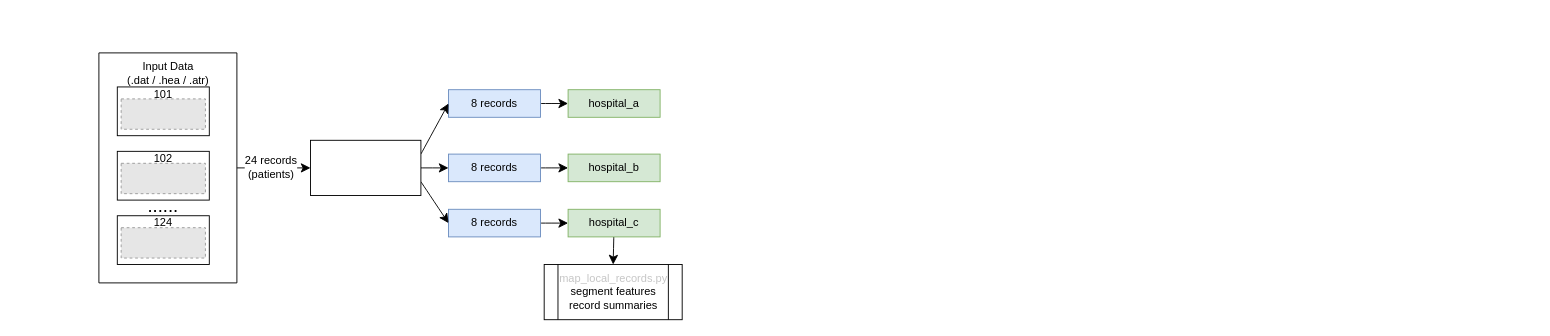
Above: ehr2path/558_flowchart.drawio in VANILAAAAAAAA/slides-assets (draw.io), before the change. Source tidied: cells renumbered, new cells numbered last; positions are measured from the earlier drawing's top-left corner, leaving out a move shared by most shapes. Both pictures are drawn from the tidied source at 92%, with x=0, y=0 at pixel (98, 52). Pictures stored in the file or linked from it are replaced by grey dashed boxes.
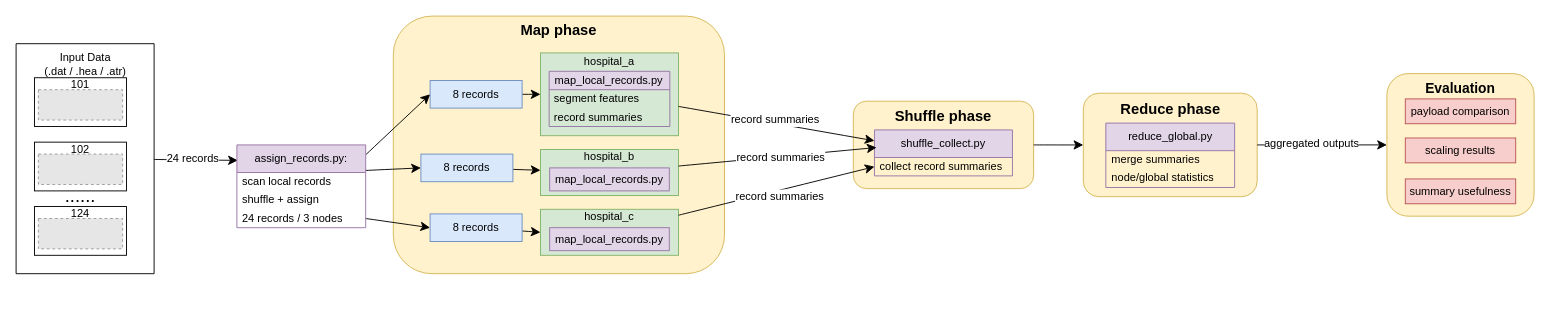
The same diagram, later.

The change refers to these unchanged cells:
```xml
<mxCell id="17" style="swimlane;startSize=0;" parent="2" vertex="1">
  <mxGeometry width="150" height="250" as="geometry" />
</mxCell>
```

What changed in the source:
```diff
@@
+    <mxCell id="38" style="rounded=1;whiteSpace=wrap;html=1;fillColor=#fff2cc;strokeColor=#d6b656;" parent="1" vertex="1">
+      <mxGeometry x="320" y="-40" width="360" height="280" as="geometry" />
+    </mxCell>
     <mxCell id="2" style="group;" parent="1" vertex="1">
-      <mxGeometry width="150" height="250" as="geometry" />
+      <mxGeometry x="-90" y="-10" width="150" height="250" as="geometry" />
     </mxCell>
@@
-    <mxCell id="19" style="edgeStyle=none;curved=1;rounded=0;jettySize=auto;html=1;entryX=0;entryY=0.5;entryDx=0;entryDy=0;fontSize=12;startSize=8;endSize=8;" parent="1" edge="1" source="17" target="37">
+    <mxCell id="19" style="edgeStyle=none;curved=1;rounded=0;jettySize=auto;html=1;entryX=0.007;entryY=0.187;entryDx=0;entryDy=0;fontSize=12;startSize=8;endSize=8;entryPerimeter=0;" parent="1" edge="1" source="17" target="39">
       <mxGeometry relative="1" as="geometry" />
     </mxCell>
-    <mxCell id="20" value="24 records&lt;div&gt;(patients)&lt;/div&gt;" style="edgeLabel;html=1;align=center;verticalAlign=middle;fontSize=12;" parent="19" vertex="1">
+    <mxCell id="20" value="24 records" style="edgeLabel;html=1;align=center;verticalAlign=middle;fontSize=12;" parent="19" vertex="1">
       <mxGeometry x="-0.09" y="2" relative="1" as="geometry" />
     </mxCell>
@@
     <mxCell id="22" value="8 records" style="rounded=0;whiteSpace=wrap;html=1;fillColor=#dae8fc;strokeColor=#6c8ebf;" parent="1" vertex="1">
-      <mxGeometry x="380" y="40" width="100" height="30" as="geometry" />
+      <mxGeometry x="360" y="30" width="100" height="30" as="geometry" />
     </mxCell>
-    <mxCell id="23" style="edgeStyle=none;curved=1;rounded=0;jettySize=auto;html=1;entryX=0;entryY=0.5;entryDx=0;entryDy=0;fontSize=12;startSize=8;endSize=8;exitX=1;exitY=0.25;exitDx=0;exitDy=0;" parent="1" edge="1" source="37" target="22">
+    <mxCell id="23" style="edgeStyle=none;curved=1;rounded=0;jettySize=auto;html=1;entryX=0;entryY=0.5;entryDx=0;entryDy=0;fontSize=12;startSize=8;endSize=8;exitX=1.003;exitY=0.115;exitDx=0;exitDy=0;exitPerimeter=0;" parent="1" edge="1" source="39" target="22">
       <mxGeometry relative="1" as="geometry" />
     </mxCell>
@@
     <mxCell id="25" value="8 records" style="rounded=0;whiteSpace=wrap;html=1;fillColor=#dae8fc;strokeColor=#6c8ebf;" parent="1" vertex="1">
-      <mxGeometry x="380" y="110" width="100" height="30" as="geometry" />
+      <mxGeometry x="350" y="110" width="100" height="30" as="geometry" />
     </mxCell>
-    <mxCell id="26" style="edgeStyle=none;curved=1;rounded=0;jettySize=auto;html=1;entryX=0;entryY=0.5;entryDx=0;entryDy=0;fontSize=12;startSize=8;endSize=8;" parent="1" edge="1" source="27" target="33">
+    <mxCell id="26" style="edgeStyle=none;curved=1;rounded=0;jettySize=auto;html=1;entryX=0;entryY=0.5;entryDx=0;entryDy=0;fontSize=12;startSize=8;endSize=8;" parent="1" edge="1" source="27" target="46">
       <mxGeometry relative="1" as="geometry" />
     </mxCell>
     <mxCell id="27" value="8 records" style="rounded=0;whiteSpace=wrap;html=1;fillColor=#dae8fc;strokeColor=#6c8ebf;" parent="1" vertex="1">
-      <mxGeometry x="380" y="170" width="100" height="30" as="geometry" />
+      <mxGeometry x="360" y="175" width="100" height="30" as="geometry" />
     </mxCell>
-    <mxCell id="28" style="edgeStyle=none;curved=1;rounded=0;jettySize=auto;html=1;entryX=0;entryY=0.5;entryDx=0;entryDy=0;fontSize=12;startSize=8;endSize=8;" parent="1" edge="1" source="37" target="25">
+    <mxCell id="28" style="edgeStyle=none;curved=1;rounded=0;jettySize=auto;html=1;entryX=0;entryY=0.5;entryDx=0;entryDy=0;fontSize=12;startSize=8;endSize=8;exitX=0.997;exitY=-0.111;exitDx=0;exitDy=0;exitPerimeter=0;" parent="1" edge="1" source="40" target="25">
       <mxGeometry relative="1" as="geometry" />
     </mxCell>
-    <mxCell id="29" style="edgeStyle=none;curved=1;rounded=0;jettySize=auto;html=1;entryX=0;entryY=0.5;entryDx=0;entryDy=0;fontSize=12;startSize=8;endSize=8;exitX=1;exitY=0.75;exitDx=0;exitDy=0;" parent="1" edge="1" source="37" target="27">
+    <mxCell id="29" style="edgeStyle=none;curved=1;rounded=0;jettySize=auto;html=1;entryX=0;entryY=0.5;entryDx=0;entryDy=0;fontSize=12;startSize=8;endSize=8;exitX=1;exitY=0.5;exitDx=0;exitDy=0;" parent="1" edge="1" source="42" target="27">
       <mxGeometry relative="1" as="geometry" />
     </mxCell>
+    <mxCell id="39" value="assign_records.py:" style="swimlane;fontStyle=0;horizontal=1;startSize=30;whiteSpace=wrap;html=1;fillColor=#e1d5e7;strokeColor=#9673a6;" parent="1" vertex="1">
+      <mxGeometry x="150" y="100" width="140" height="90" as="geometry" />
+    </mxCell>
+    <mxCell id="40" value="&lt;span style=&quot;text-align: center;&quot;&gt;scan local records&lt;/span&gt;" style="text;strokeColor=none;fillColor=none;align=left;verticalAlign=middle;spacingLeft=4;spacingRight=4;overflow=hidden;points=[[0,0.5],[1,0.5]];portConstraint=eastwest;whiteSpace=wrap;html=1;" parent="39" vertex="1">
+      <mxGeometry y="30" width="140" height="20" as="geometry" />
+    </mxCell>
+    <mxCell id="41" value="&lt;span style=&quot;text-align: center;&quot;&gt;shuffle + assign&lt;/span&gt;" style="text;strokeColor=none;fillColor=none;align=left;verticalAlign=middle;spacingLeft=4;spacingRight=4;overflow=hidden;whiteSpace=wrap;html=1;" parent="39" vertex="1">
+      <mxGeometry y="50" width="140" height="20" as="geometry" />
+    </mxCell>
+    <mxCell id="42" value="&lt;div&gt;&lt;span style=&quot;text-align: center;&quot;&gt;24 records / 3 nodes&lt;/span&gt;&lt;/div&gt;" style="text;strokeColor=none;fillColor=none;align=left;verticalAlign=middle;spacingLeft=4;spacingRight=4;overflow=hidden;points=[[0,0.5],[1,0.5]];portConstraint=eastwest;whiteSpace=wrap;html=1;" parent="39" vertex="1">
+      <mxGeometry y="70" width="140" height="20" as="geometry" />
+    </mxCell>
+    <mxCell id="43" style="group;" parent="1" vertex="1">
+      <mxGeometry x="480" y="95" width="150" height="60" as="geometry" />
+    </mxCell>
+    <mxCell id="31" style="rounded=0;whiteSpace=wrap;html=1;fillColor=#d5e8d4;strokeColor=#82b366;" parent="43" vertex="1">
+      <mxGeometry y="10" width="150" height="50" as="geometry" />
+    </mxCell>
+    <mxCell id="44" value="map_local_records.py" style="rounded=0;whiteSpace=wrap;html=1;fillColor=#e1d5e7;strokeColor=#9673a6;" parent="43" vertex="1">
+      <mxGeometry x="10" y="30" width="130" height="25" as="geometry" />
+    </mxCell>
+    <mxCell id="45" value="hospital_b" style="text;html=1;whiteSpace=wrap;strokeColor=none;fillColor=none;align=center;verticalAlign=middle;rounded=0;" parent="43" vertex="1">
+      <mxGeometry x="45" y="3" width="60" height="30" as="geometry" />
+    </mxCell>
+    <mxCell id="46" style="rounded=0;whiteSpace=wrap;html=1;fillColor=#d5e8d4;strokeColor=#82b366;" parent="1" vertex="1">
+      <mxGeometry x="480" y="170" width="150" height="50" as="geometry" />
+    </mxCell>
+    <mxCell id="47" value="map_local_records.py" style="rounded=0;whiteSpace=wrap;html=1;fillColor=#e1d5e7;strokeColor=#9673a6;" parent="1" vertex="1">
+      <mxGeometry x="490" y="190" width="130" height="25" as="geometry" />
+    </mxCell>
+    <mxCell id="33" value="hospital_c" style="text;html=1;whiteSpace=wrap;strokeColor=none;fillColor=none;align=center;verticalAlign=middle;rounded=0;" parent="1" vertex="1">
+      <mxGeometry x="525" y="163" width="60" height="30" as="geometry" />
+    </mxCell>
+    <mxCell id="48" style="group;" parent="1" vertex="1">
+      <mxGeometry x="480" width="150" height="90" as="geometry" />
+    </mxCell>
-    <mxCell id="30" value="hospital_a" style="rounded=0;whiteSpace=wrap;html=1;fillColor=#d5e8d4;strokeColor=#82b366;" parent="1" vertex="1">
-      <mxGeometry x="510" y="40" width="100" height="30" as="geometry" />
+    <mxCell id="30" style="rounded=0;whiteSpace=wrap;html=1;fillColor=#d5e8d4;strokeColor=#82b366;" parent="48" vertex="1">
+      <mxGeometry width="150" height="90" as="geometry" />
     </mxCell>
-    <mxCell id="31" value="hospital_b" style="rounded=0;whiteSpace=wrap;html=1;fillColor=#d5e8d4;strokeColor=#82b366;" parent="1" vertex="1">
-      <mxGeometry x="510" y="110" width="100" height="30" as="geometry" />
-    </mxCell>
-    <mxCell id="32" style="edgeStyle=none;curved=1;rounded=0;jettySize=auto;html=1;entryX=0.5;entryY=0;entryDx=0;entryDy=0;fontSize=12;startSize=8;endSize=8;" parent="1" edge="1" source="33" target="36">
-      <mxGeometry relative="1" as="geometry" />
-    </mxCell>
-    <mxCell id="33" value="hospital_c" style="rounded=0;whiteSpace=wrap;html=1;fillColor=#d5e8d4;strokeColor=#82b366;" parent="1" vertex="1">
-      <mxGeometry x="510" y="170" width="100" height="30" as="geometry" />
-    </mxCell>
-    <mxCell id="34" style="group;" parent="1" vertex="1">
-      <mxGeometry x="484" y="230" width="150" height="60" as="geometry" />
-    </mxCell>
-    <mxCell id="35" style="shape=process;whiteSpace=wrap;html=1;backgroundOutline=1;" parent="34" vertex="1">
-      <mxGeometry width="150" height="60" as="geometry" />
-    </mxCell>
-    <mxCell id="36" value="&lt;font style=&quot;color: rgb(198, 198, 198);&quot;&gt;map_local_records.py&lt;/font&gt;&lt;div&gt;segment features&lt;/div&gt;&lt;div&gt;record summaries&lt;/div&gt;" style="text;html=1;whiteSpace=wrap;strokeColor=none;fillColor=none;align=center;verticalAlign=middle;rounded=0;" parent="34" vertex="1">
-      <mxGeometry x="22.5" width="105" height="60" as="geometry" />
-    </mxCell>
-    <mxCell id="37" style="rounded=0;whiteSpace=wrap;html=1;" parent="1" vertex="1">
-      <mxGeometry x="230" y="95" width="120" height="60" as="geometry" />
-    </mxCell>
+    <mxCell id="49" value="map_local_records.py" style="swimlane;fontStyle=0;horizontal=1;startSize=20;whiteSpace=wrap;html=1;fillColor=#e1d5e7;strokeColor=#9673a6;" parent="48" vertex="1">
+      <mxGeometry x="9.4" y="20" width="131.2" height="60" as="geometry" />
+    </mxCell>
+    <mxCell id="50" value="hospital_a" style="text;html=1;whiteSpace=wrap;strokeColor=none;fillColor=none;align=center;verticalAlign=middle;rounded=0;" parent="48" vertex="1">
+      <mxGeometry x="46.9" width="56.2" height="20" as="geometry" />
+    </mxCell>
+    <mxCell id="51" value="segment features" style="text;strokeColor=none;fillColor=none;align=left;verticalAlign=middle;spacingLeft=4;spacingRight=4;overflow=hidden;whiteSpace=wrap;html=1;" parent="48" vertex="1">
+      <mxGeometry x="8.8" y="40" width="131.2" height="20" as="geometry" />
+    </mxCell>
+    <mxCell id="52" value="record summaries" style="text;strokeColor=none;fillColor=none;align=left;verticalAlign=middle;spacingLeft=4;spacingRight=4;overflow=hidden;whiteSpace=wrap;html=1;" parent="48" vertex="1">
+      <mxGeometry x="8.8" y="60" width="131.2" height="20" as="geometry" />
+    </mxCell>
+    <mxCell id="53" value="&lt;b&gt;&lt;font style=&quot;font-size: 16px;&quot;&gt;Map phase&lt;/font&gt;&lt;/b&gt;" style="text;html=1;whiteSpace=wrap;strokeColor=none;fillColor=none;align=center;verticalAlign=middle;rounded=0;" parent="1" vertex="1">
+      <mxGeometry x="425" y="-40" width="150" height="30" as="geometry" />
+    </mxCell>
+    <mxCell id="54" style="group;" parent="1" vertex="1">
+      <mxGeometry x="1400" y="22.5" width="160" height="155" as="geometry" />
+    </mxCell>
+    <mxCell id="55" style="rounded=1;whiteSpace=wrap;html=1;fillColor=#fff2cc;strokeColor=#d6b656;" parent="54" vertex="1">
+      <mxGeometry width="160" height="155" as="geometry" />
+    </mxCell>
+    <mxCell id="56" value="payload comparison" style="rounded=0;whiteSpace=wrap;html=1;fillColor=#f8cecc;strokeColor=#b85450;" parent="54" vertex="1">
+      <mxGeometry x="20" y="27.5" width="120" height="27" as="geometry" />
+    </mxCell>
+    <mxCell id="57" value="scaling results" style="rounded=0;whiteSpace=wrap;html=1;fillColor=#f8cecc;strokeColor=#b85450;" parent="54" vertex="1">
+      <mxGeometry x="20" y="70" width="120" height="27" as="geometry" />
+    </mxCell>
+    <mxCell id="58" value="summary usefulness" style="rounded=0;whiteSpace=wrap;html=1;fillColor=#f8cecc;strokeColor=#b85450;" parent="54" vertex="1">
+      <mxGeometry x="20" y="114.5" width="120" height="27" as="geometry" />
+    </mxCell>
+    <mxCell id="59" value="&lt;span style=&quot;font-size: 15px;&quot;&gt;&lt;b&gt;Evaluation&lt;/b&gt;&lt;/span&gt;" style="text;html=1;whiteSpace=wrap;strokeColor=none;fillColor=none;align=center;verticalAlign=middle;rounded=0;" parent="54" vertex="1">
+      <mxGeometry x="5" width="150" height="30" as="geometry" />
+    </mxCell>
+    <mxCell id="60" style="group;" parent="1" vertex="1">
+      <mxGeometry x="820" y="52.5" width="196" height="95" as="geometry" />
+    </mxCell>
+    <mxCell id="61" style="rounded=1;whiteSpace=wrap;html=1;fillColor=#fff2cc;strokeColor=#d6b656;" parent="60" vertex="1">
+      <mxGeometry width="196" height="95" as="geometry" />
+    </mxCell>
+    <mxCell id="62" value="shuffle_collect.py" style="swimlane;fontStyle=0;horizontal=1;startSize=30;whiteSpace=wrap;html=1;fillColor=#e1d5e7;strokeColor=#9673a6;" parent="60" vertex="1">
+      <mxGeometry x="23" y="31.2" width="150" height="50" as="geometry" />
+    </mxCell>
+    <mxCell id="63" value="collect record summaries" style="text;strokeColor=none;fillColor=none;align=left;verticalAlign=middle;spacingLeft=4;spacingRight=4;overflow=hidden;points=[[0,0.5],[1,0.5]];portConstraint=eastwest;whiteSpace=wrap;html=1;" parent="62" vertex="1">
+      <mxGeometry y="30" width="150" height="20" as="geometry" />
+    </mxCell>
+    <mxCell id="64" value="&lt;b&gt;&lt;font style=&quot;font-size: 16px;&quot;&gt;Shuffle phase&lt;/font&gt;&lt;/b&gt;" style="text;html=1;whiteSpace=wrap;strokeColor=none;fillColor=none;align=center;verticalAlign=middle;rounded=0;" parent="60" vertex="1">
+      <mxGeometry x="23" y="1.2" width="150" height="30" as="geometry" />
+    </mxCell>
+    <mxCell id="65" style="edgeStyle=none;curved=1;rounded=0;jettySize=auto;html=1;fontSize=12;startSize=8;endSize=8;" parent="1" edge="1" source="30" target="62">
+      <mxGeometry relative="1" as="geometry" />
+    </mxCell>
+    <mxCell id="66" value="record summaries" style="edgeLabel;html=1;align=center;verticalAlign=middle;fontSize=12;" parent="65" vertex="1">
+      <mxGeometry x="-0.03" y="4" relative="1" as="geometry" />
+    </mxCell>
+    <mxCell id="67" style="edgeStyle=none;curved=1;rounded=0;jettySize=auto;html=1;entryX=0.015;entryY=0.383;entryDx=0;entryDy=0;entryPerimeter=0;fontSize=12;startSize=8;endSize=8;" parent="1" edge="1" source="31" target="62">
+      <mxGeometry relative="1" as="geometry" />
+    </mxCell>
+    <mxCell id="68" value="record summaries" style="edgeLabel;html=1;align=center;verticalAlign=middle;fontSize=12;" parent="67" vertex="1">
+      <mxGeometry x="-0.13" y="2" relative="1" as="geometry">
+        <mxPoint x="17" y="1" as="offset" />
+      </mxGeometry>
+    </mxCell>
+    <mxCell id="69" style="edgeStyle=none;curved=1;rounded=0;jettySize=auto;html=1;entryX=0;entryY=0.5;entryDx=0;entryDy=0;fontSize=12;startSize=8;endSize=8;" parent="1" edge="1" source="46" target="63">
+      <mxGeometry relative="1" as="geometry" />
+    </mxCell>
+    <mxCell id="70" value="record summaries" style="edgeLabel;html=1;align=center;verticalAlign=middle;fontSize=12;" parent="69" vertex="1">
+      <mxGeometry x="-0.05" y="-2" relative="1" as="geometry">
+        <mxPoint x="8" y="2" as="offset" />
+      </mxGeometry>
+    </mxCell>
+    <mxCell id="71" style="group;" parent="1" vertex="1">
+      <mxGeometry x="1070" y="43.8" width="189" height="112.5" as="geometry" />
+    </mxCell>
+    <mxCell id="72" style="rounded=1;whiteSpace=wrap;html=1;fillColor=#fff2cc;strokeColor=#d6b656;" parent="71" vertex="1">
+      <mxGeometry width="189" height="112.5" as="geometry" />
+    </mxCell>
+    <mxCell id="73" value="reduce_global.py" style="swimlane;fontStyle=0;horizontal=1;startSize=30;whiteSpace=wrap;html=1;fillColor=#e1d5e7;strokeColor=#9673a6;" parent="71" vertex="1">
+      <mxGeometry x="24.5" y="32.5" width="140" height="70" as="geometry" />
+    </mxCell>
+    <mxCell id="74" value="merge summaries" style="text;strokeColor=none;fillColor=none;align=left;verticalAlign=middle;spacingLeft=4;spacingRight=4;overflow=hidden;whiteSpace=wrap;html=1;" parent="73" vertex="1">
+      <mxGeometry y="30" width="140" height="20" as="geometry" />
+    </mxCell>
+    <mxCell id="75" value="node/global statistics" style="text;strokeColor=none;fillColor=none;align=left;verticalAlign=middle;spacingLeft=4;spacingRight=4;overflow=hidden;whiteSpace=wrap;html=1;" parent="73" vertex="1">
+      <mxGeometry y="50" width="140" height="20" as="geometry" />
+    </mxCell>
+    <mxCell id="76" value="&lt;b&gt;&lt;font style=&quot;font-size: 16px;&quot;&gt;Reduce phase&lt;/font&gt;&lt;/b&gt;" style="text;html=1;whiteSpace=wrap;strokeColor=none;fillColor=none;align=center;verticalAlign=middle;rounded=0;" parent="71" vertex="1">
+      <mxGeometry x="19.5" y="2.5" width="150" height="30" as="geometry" />
+    </mxCell>
+    <mxCell id="77" style="edgeStyle=none;curved=1;rounded=0;jettySize=auto;html=1;entryX=0;entryY=0.5;entryDx=0;entryDy=0;fontSize=12;startSize=8;endSize=8;" parent="1" edge="1" source="61" target="72">
+      <mxGeometry relative="1" as="geometry" />
+    </mxCell>
+    <mxCell id="78" style="edgeStyle=none;curved=1;rounded=0;jettySize=auto;html=1;entryX=0;entryY=0.5;entryDx=0;entryDy=0;fontSize=12;startSize=8;endSize=8;" parent="1" edge="1" source="72" target="55">
+      <mxGeometry relative="1" as="geometry" />
+    </mxCell>
+    <mxCell id="79" value="aggregated outputs" style="edgeLabel;html=1;align=center;verticalAlign=middle;fontSize=12;" parent="78" vertex="1">
+      <mxGeometry x="-0.16" y="2" relative="1" as="geometry" />
+    </mxCell>
```
